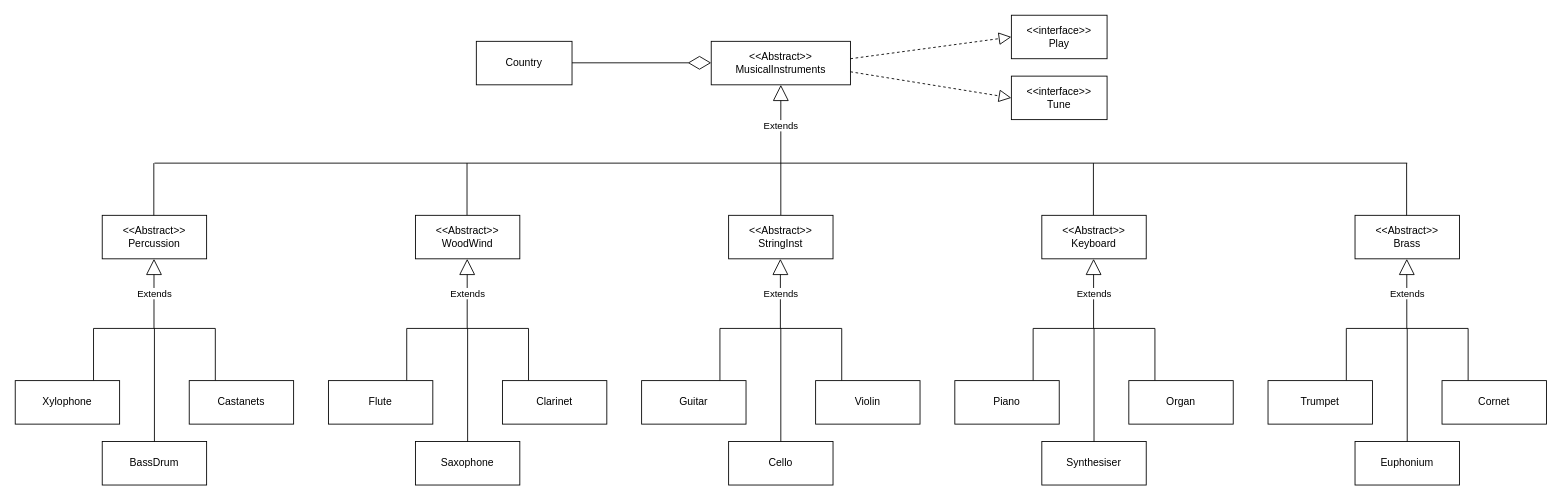
The draw.io diagram page "Page-1" (1 of 2) of Untitled Diagram.drawio in red-asteriscus/OOD-project-1, before the edit. Source tidied: cells renumbered, new cells numbered last; positions are measured from the earlier drawing's top-left corner, leaving out a move shared by most shapes. Both pictures are drawn from the tidied source at 87%, with x=0, y=0 at pixel (15, 15).
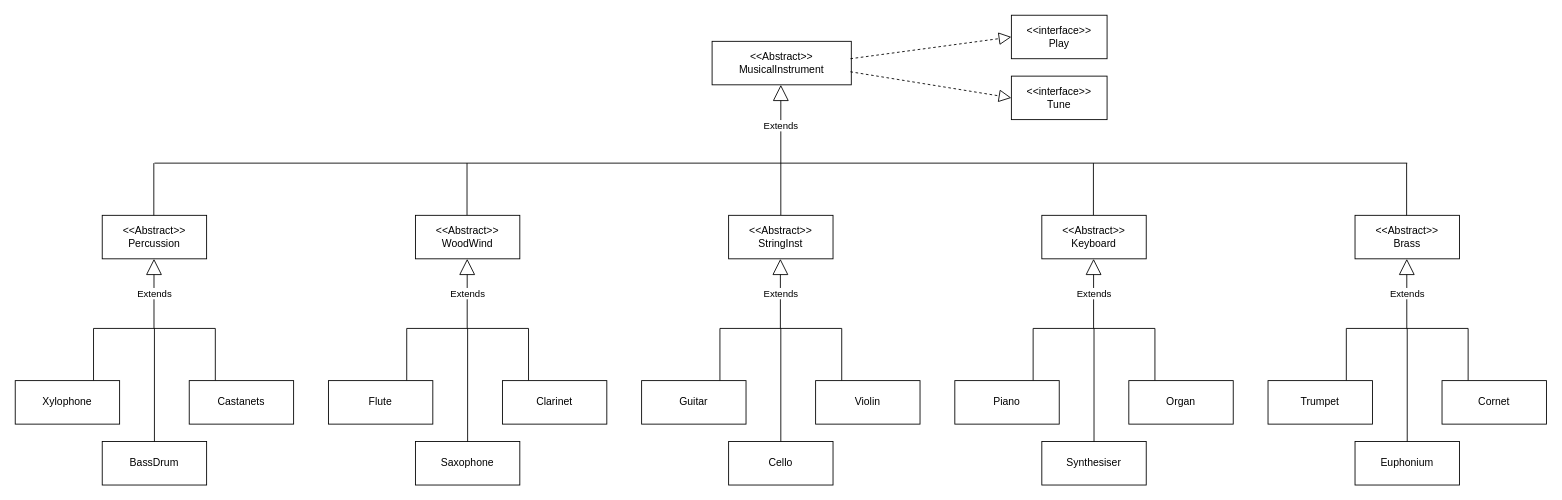
The same page after the edit.

The edit, as a diff of the source:
```diff
@@
-    <mxCell id="2" value="&amp;lt;&amp;lt;Abstract&amp;gt;&amp;gt;&lt;br&gt;MusicalInstruments" style="html=1;whiteSpace=wrap;" parent="1" vertex="1">
-      <mxGeometry x="800" y="30" width="160" height="50" as="geometry" />
+    <mxCell id="2" value="&amp;lt;&amp;lt;Abstract&amp;gt;&amp;gt;&lt;br&gt;MusicalInstrument" style="html=1;whiteSpace=wrap;" parent="1" vertex="1">
+      <mxGeometry x="801" y="30" width="160" height="50" as="geometry" />
     </mxCell>
@@
-    <mxCell id="53" style="endArrow=diamondThin;endFill=0;endSize=24;html=1;rounded=0;" parent="1" edge="1">
-      <mxGeometry relative="1" as="geometry">
-        <mxPoint x="640" y="54.7" as="sourcePoint" />
-        <mxPoint x="800" y="54.7" as="targetPoint" />
-      </mxGeometry>
-    </mxCell>
-    <mxCell id="54" value="Country" style="html=1;whiteSpace=wrap;" parent="1" vertex="1">
-      <mxGeometry x="530" y="30" width="110" height="50" as="geometry" />
-    </mxCell>
```
